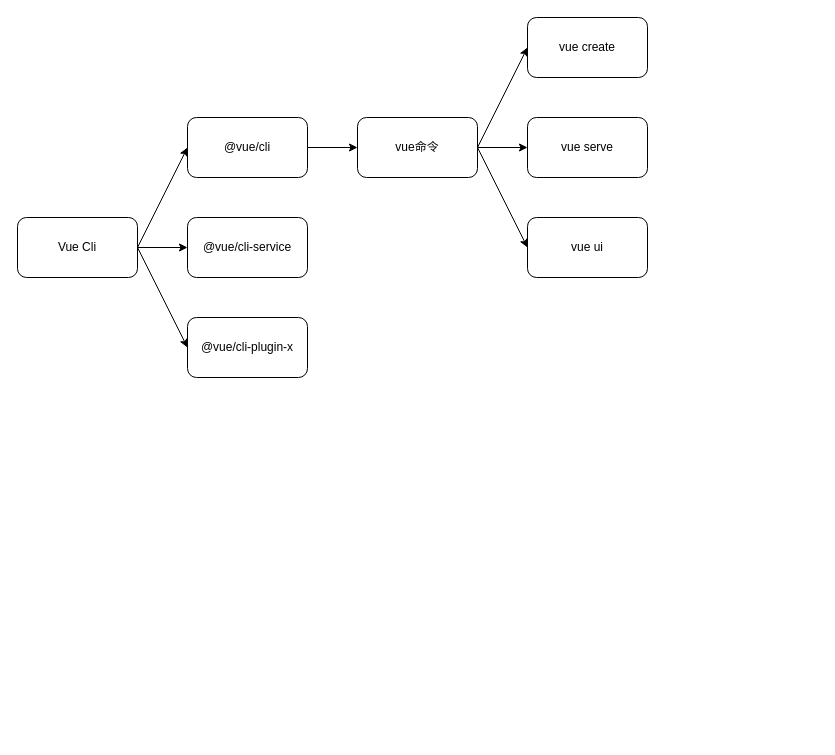
This is frontend/vuecli.drawio from Rockergmail/draw.io, a draw.io file, before an edit. Source tidied: cells renumbered, new cells numbered last; positions are measured from the earlier drawing's top-left corner, leaving out a move shared by most shapes. Both pictures are drawn from the tidied source at 100%, with x=0, y=0 at pixel (17, 17).
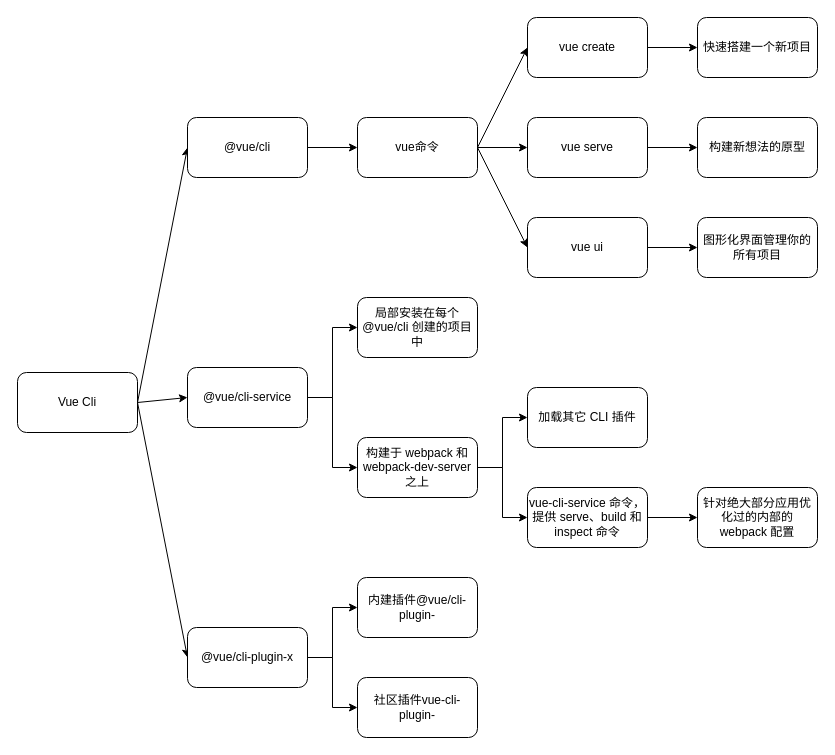
The same page after the edit.

The change refers to these unchanged cells:
```xml
<mxCell id="10" value="vue serve" style="rounded=1;whiteSpace=wrap;html=1;" parent="1" vertex="1">
  <mxGeometry x="510" y="100" width="120" height="60" as="geometry" />
</mxCell>
<mxCell id="11" value="vue create" style="rounded=1;whiteSpace=wrap;html=1;" parent="1" vertex="1">
  <mxGeometry x="510" width="120" height="60" as="geometry" />
</mxCell>
<mxCell id="16" value="vue ui&lt;br&gt;" style="rounded=1;whiteSpace=wrap;html=1;" parent="1" vertex="1">
  <mxGeometry x="510" y="200" width="120" height="60" as="geometry" />
</mxCell>
```

What changed in the source:
```diff
@@
     <mxCell id="5" value="Vue Cli" style="rounded=1;whiteSpace=wrap;html=1;" parent="1" vertex="1">
-      <mxGeometry y="200" width="120" height="60" as="geometry" />
+      <mxGeometry y="355" width="120" height="60" as="geometry" />
     </mxCell>
@@
+    <mxCell id="17" style="edgeStyle=orthogonalEdgeStyle;rounded=0;jettySize=auto;html=1;entryX=0;entryY=0.5;entryDx=0;entryDy=0;" parent="1" edge="1" source="8" target="27">
+      <mxGeometry relative="1" as="geometry" />
+    </mxCell>
+    <mxCell id="18" style="edgeStyle=orthogonalEdgeStyle;rounded=0;jettySize=auto;html=1;exitX=1;exitY=0.5;exitDx=0;exitDy=0;entryX=0;entryY=0.5;entryDx=0;entryDy=0;" parent="1" edge="1" source="8" target="30">
+      <mxGeometry relative="1" as="geometry" />
+    </mxCell>
     <mxCell id="8" value="@vue/cli-service" style="rounded=1;whiteSpace=wrap;html=1;" parent="1" vertex="1">
-      <mxGeometry x="170" y="200" width="120" height="60" as="geometry" />
+      <mxGeometry x="170" y="350" width="120" height="60" as="geometry" />
     </mxCell>
+    <mxCell id="19" style="edgeStyle=orthogonalEdgeStyle;rounded=0;jettySize=auto;html=1;exitX=1;exitY=0.5;exitDx=0;exitDy=0;" parent="1" edge="1" source="9" target="35">
+      <mxGeometry relative="1" as="geometry" />
+    </mxCell>
+    <mxCell id="20" style="edgeStyle=orthogonalEdgeStyle;rounded=0;jettySize=auto;html=1;exitX=1;exitY=0.5;exitDx=0;exitDy=0;entryX=0;entryY=0.5;entryDx=0;entryDy=0;" parent="1" edge="1" source="9" target="36">
+      <mxGeometry relative="1" as="geometry" />
+    </mxCell>
     <mxCell id="9" value="@vue/cli-plugin-x" style="rounded=1;whiteSpace=wrap;html=1;" parent="1" vertex="1">
-      <mxGeometry x="170" y="300" width="120" height="60" as="geometry" />
+      <mxGeometry x="170" y="610" width="120" height="60" as="geometry" />
     </mxCell>
+    <mxCell id="21" style="edgeStyle=orthogonalEdgeStyle;rounded=0;jettySize=auto;html=1;exitX=1;exitY=0.5;exitDx=0;exitDy=0;" parent="1" edge="1" source="10" target="25">
+      <mxGeometry relative="1" as="geometry" />
+    </mxCell>
@@
+    <mxCell id="22" style="edgeStyle=orthogonalEdgeStyle;rounded=0;jettySize=auto;html=1;exitX=1;exitY=0.5;exitDx=0;exitDy=0;entryX=0;entryY=0.5;entryDx=0;entryDy=0;" parent="1" edge="1" source="11" target="24">
+      <mxGeometry relative="1" as="geometry" />
+    </mxCell>
@@
+    <mxCell id="23" style="edgeStyle=orthogonalEdgeStyle;rounded=0;jettySize=auto;html=1;exitX=1;exitY=0.5;exitDx=0;exitDy=0;entryX=0;entryY=0.5;entryDx=0;entryDy=0;" parent="1" edge="1" source="16" target="26">
+      <mxGeometry relative="1" as="geometry" />
+    </mxCell>
@@
+    <mxCell id="24" value="快速搭建一个新项目" style="rounded=1;whiteSpace=wrap;html=1;" parent="1" vertex="1">
+      <mxGeometry x="680" width="120" height="60" as="geometry" />
+    </mxCell>
+    <mxCell id="25" value="构建新想法的原型" style="rounded=1;whiteSpace=wrap;html=1;" parent="1" vertex="1">
+      <mxGeometry x="680" y="100" width="120" height="60" as="geometry" />
+    </mxCell>
+    <mxCell id="26" value="图形化界面管理你的所有项目" style="rounded=1;whiteSpace=wrap;html=1;" parent="1" vertex="1">
+      <mxGeometry x="680" y="200" width="120" height="60" as="geometry" />
+    </mxCell>
+    <mxCell id="27" value="局部安装在每个 @vue/cli 创建的项目中" style="rounded=1;whiteSpace=wrap;html=1;" parent="1" vertex="1">
+      <mxGeometry x="340" y="280" width="120" height="60" as="geometry" />
+    </mxCell>
+    <mxCell id="28" style="edgeStyle=orthogonalEdgeStyle;rounded=0;jettySize=auto;html=1;exitX=1;exitY=0.5;exitDx=0;exitDy=0;entryX=0;entryY=0.5;entryDx=0;entryDy=0;" parent="1" edge="1" source="30" target="31">
+      <mxGeometry relative="1" as="geometry" />
+    </mxCell>
+    <mxCell id="29" style="edgeStyle=orthogonalEdgeStyle;rounded=0;jettySize=auto;html=1;exitX=1;exitY=0.5;exitDx=0;exitDy=0;entryX=0;entryY=0.5;entryDx=0;entryDy=0;" parent="1" edge="1" source="30" target="33">
+      <mxGeometry relative="1" as="geometry" />
+    </mxCell>
+    <mxCell id="30" value="构建于 webpack 和 webpack-dev-server 之上" style="rounded=1;whiteSpace=wrap;html=1;" parent="1" vertex="1">
+      <mxGeometry x="340" y="420" width="120" height="60" as="geometry" />
+    </mxCell>
+    <mxCell id="31" value="加载其它 CLI 插件" style="rounded=1;whiteSpace=wrap;html=1;" parent="1" vertex="1">
+      <mxGeometry x="510" y="370" width="120" height="60" as="geometry" />
+    </mxCell>
+    <mxCell id="32" style="edgeStyle=orthogonalEdgeStyle;rounded=0;jettySize=auto;html=1;exitX=1;exitY=0.5;exitDx=0;exitDy=0;entryX=0;entryY=0.5;entryDx=0;entryDy=0;" parent="1" edge="1" source="33" target="34">
+      <mxGeometry relative="1" as="geometry" />
+    </mxCell>
+    <mxCell id="33" value="vue-cli-service 命令，提供 serve、build 和 inspect 命令" style="rounded=1;whiteSpace=wrap;html=1;" parent="1" vertex="1">
+      <mxGeometry x="510" y="470" width="120" height="60" as="geometry" />
+    </mxCell>
+    <mxCell id="34" value="针对绝大部分应用优化过的内部的 webpack 配置" style="rounded=1;whiteSpace=wrap;html=1;" parent="1" vertex="1">
+      <mxGeometry x="680" y="470" width="120" height="60" as="geometry" />
+    </mxCell>
+    <mxCell id="35" value="内建插件@vue/cli-plugin-" style="rounded=1;whiteSpace=wrap;html=1;" parent="1" vertex="1">
+      <mxGeometry x="340" y="560" width="120" height="60" as="geometry" />
+    </mxCell>
+    <mxCell id="36" value="社区插件vue-cli-plugin-" style="rounded=1;whiteSpace=wrap;html=1;" parent="1" vertex="1">
+      <mxGeometry x="340" y="660" width="120" height="60" as="geometry" />
+    </mxCell>
```
